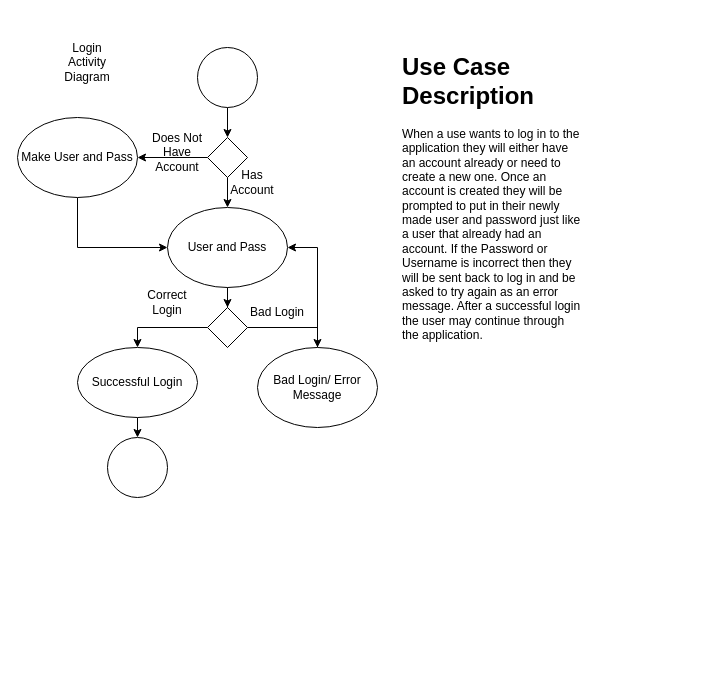
Before: loginactivitydiagram.drawio in Glizzus/COMP-3700, a draw.io diagram. Source tidied: cells renumbered, new cells numbered last; positions are measured from the earlier drawing's top-left corner, leaving out a move shared by most shapes. Both pictures are drawn from the tidied source at 100%, with x=0, y=0 at pixel (17, 47).
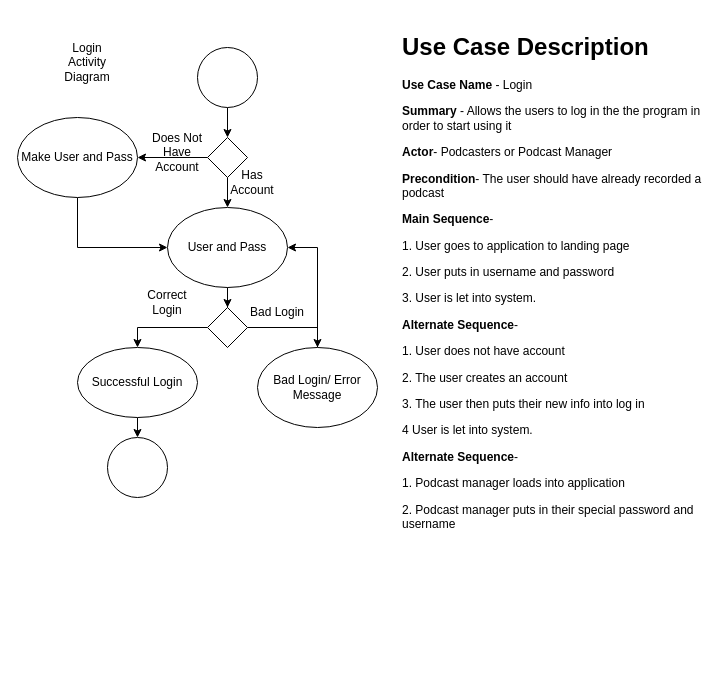
The same page after the edit.

Commit message:
Added login activity diagram with description

This should be the final version

The edit, as a diff of the source:
```diff
@@
-    <mxCell id="22" value="&lt;h1&gt;Use Case Description&lt;/h1&gt;&lt;p&gt;When a use wants to log in to the application they will either have an account already or need to create a new one. Once an account is created they will be prompted to put in their newly made user and password just like a user that already had an account. If the Password or Username is incorrect then they will be sent back to log in and be asked to try again as an error message. After a successful login the user may continue through the application.&lt;/p&gt;" style="text;html=1;strokeColor=none;fillColor=none;spacing=5;spacingTop=-20;whiteSpace=wrap;overflow=hidden;rounded=0;" parent="1" vertex="1">
-      <mxGeometry x="380" width="190" height="300" as="geometry" />
+    <mxCell id="22" value="&lt;h1&gt;Use Case Description&lt;/h1&gt;&lt;p&gt;&lt;b&gt;Use Case Name&lt;/b&gt; - Login&lt;/p&gt;&lt;p&gt;&lt;b&gt;Summary &lt;/b&gt;- Allows the users to log in the the program in order to start using it&lt;/p&gt;&lt;p&gt;&lt;b&gt;Actor&lt;/b&gt;- Podcasters or Podcast Manager&lt;/p&gt;&lt;p&gt;&lt;b&gt;Precondition&lt;/b&gt;- The user should have already recorded a podcast&lt;/p&gt;&lt;p&gt;&lt;b&gt;Main Sequence&lt;/b&gt;-&amp;nbsp;&lt;/p&gt;&lt;p&gt;1. User goes to application to landing page&lt;/p&gt;&lt;p&gt;2. User puts in username and password&lt;/p&gt;&lt;p&gt;3. User is let into system.&lt;/p&gt;&lt;p&gt;&lt;b&gt;Alternate Sequence&lt;/b&gt;-&amp;nbsp;&lt;/p&gt;&lt;p&gt;1. User does not have account&lt;/p&gt;&lt;p&gt;2. The user creates an account&lt;/p&gt;&lt;p&gt;3. The user then puts their new info into log in&lt;/p&gt;&lt;p&gt;4 User is let into system.&lt;/p&gt;&lt;p&gt;&lt;b&gt;Alternate Sequence&lt;/b&gt;-&amp;nbsp;&lt;/p&gt;&lt;p&gt;1. Podcast manager loads into application&lt;/p&gt;&lt;p&gt;2. Podcast manager puts in their special password and username&lt;/p&gt;&lt;p&gt;&lt;br&gt;&lt;/p&gt;&lt;p&gt;&lt;br&gt;&lt;/p&gt;&lt;p&gt;&lt;b&gt;&amp;nbsp;&lt;/b&gt;&lt;/p&gt;" style="text;html=1;strokeColor=none;fillColor=none;spacing=5;spacingTop=-20;whiteSpace=wrap;overflow=hidden;rounded=0;" parent="1" vertex="1">
+      <mxGeometry x="380" y="-20" width="310" height="630" as="geometry" />
     </mxCell>
```
